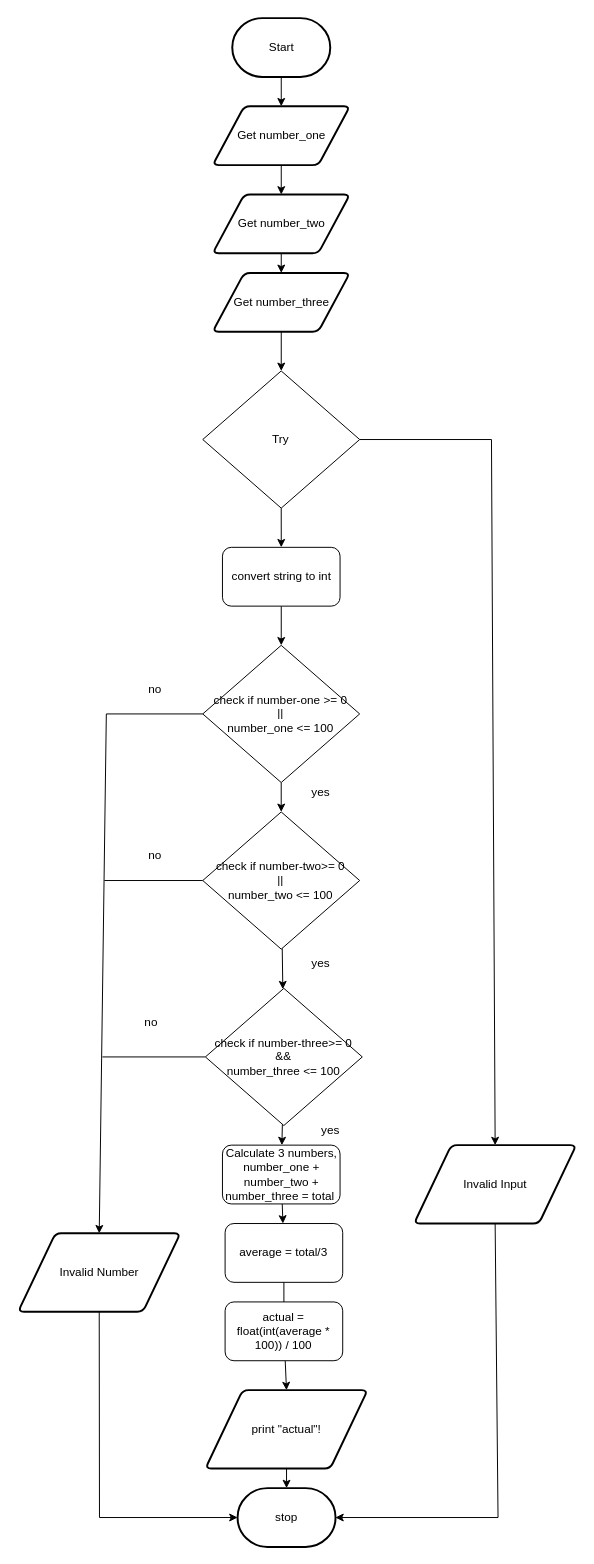
This is FlowChart.Drawio from JacksonNaufal/ICS3U-Assignment3-Python, a draw.io file, before an edit. Source tidied: cells renumbered, new cells numbered last; positions are measured from the earlier drawing's top-left corner, leaving out a move shared by most shapes. Both pictures are drawn from the tidied source at 98%, with x=0, y=0 at pixel (18, 18).
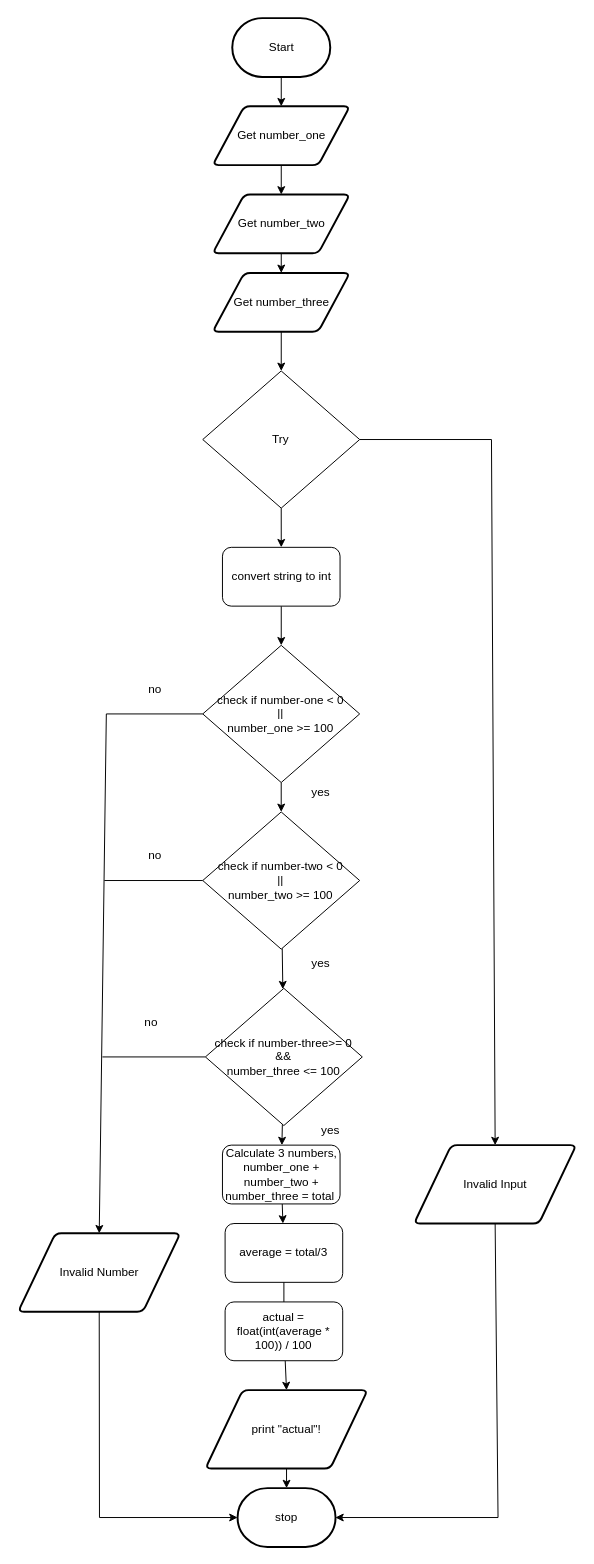
The same diagram, later.

What changed in the source:
```diff
@@
-    <mxCell id="27" value="check if number-one &amp;gt;= 0&lt;br&gt;||&lt;br&gt;number_one &amp;lt;= 100" style="rhombus;whiteSpace=wrap;html=1;" parent="1" vertex="1">
+    <mxCell id="27" value="check if number-one &amp;lt; 0&lt;br&gt;||&lt;br&gt;number_one &amp;gt;= 100" style="rhombus;whiteSpace=wrap;html=1;" parent="1" vertex="1">
       <mxGeometry x="188.4" y="640" width="160.1" height="140" as="geometry" />
     </mxCell>
@@
-    <mxCell id="30" value="check if number-two&amp;gt;= 0&lt;br&gt;||&lt;br&gt;number_two &amp;lt;= 100" style="rhombus;whiteSpace=wrap;html=1;" parent="1" vertex="1">
+    <mxCell id="30" value="check if number-two &amp;lt; 0&lt;br&gt;||&lt;br&gt;number_two &amp;gt;= 100" style="rhombus;whiteSpace=wrap;html=1;" parent="1" vertex="1">
       <mxGeometry x="188.4" y="810" width="160.1" height="140" as="geometry" />
     </mxCell>
```
